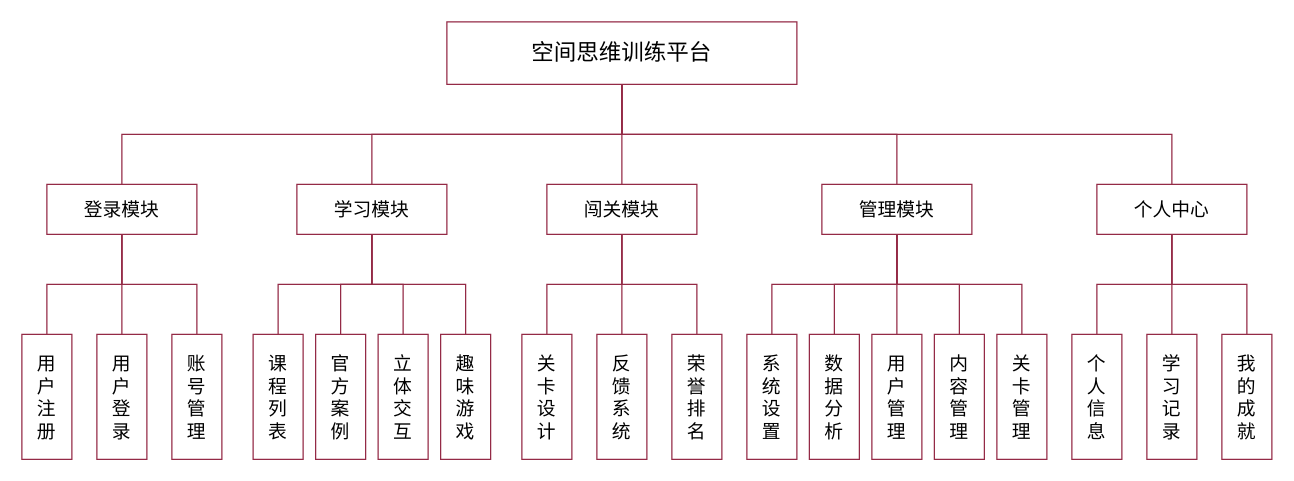
Earlier version of the draw.io diagram page "功能结构设计" (7 of 16) of 毕业设计/毕业设计.drawio (bosombaby/draw-store). Source tidied: cells renumbered, new cells numbered last; positions are measured from the earlier drawing's top-left corner, leaving out a move shared by most shapes. Both pictures are drawn from the tidied source at 125%, with x=0, y=0 at pixel (21, 21).
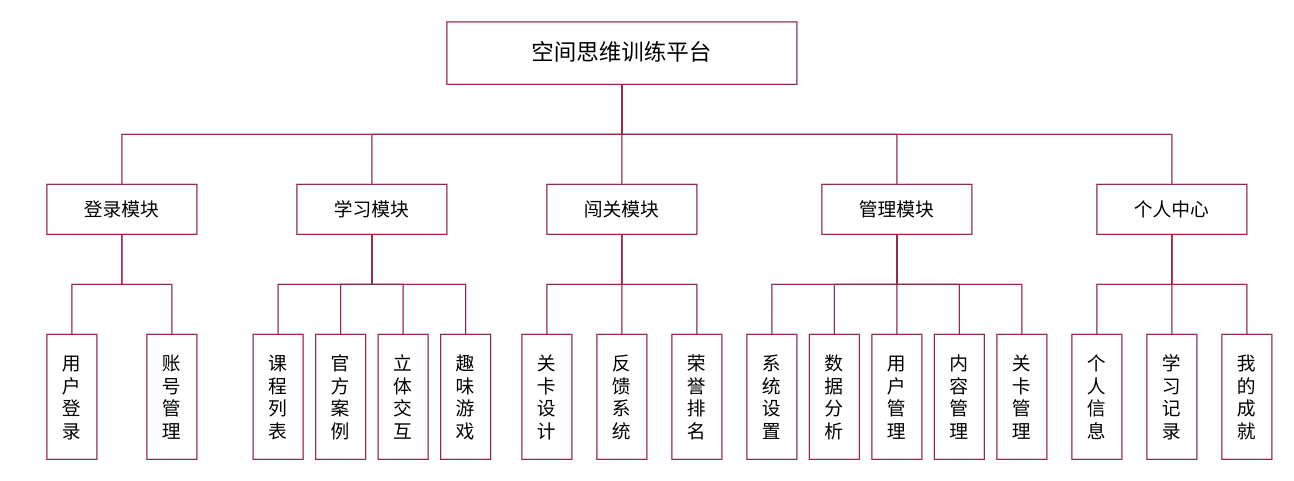
The same diagram, later.

Commit message:
更新毕业设计.drawio

The change refers to these unchanged cells:
```xml
<mxCell id="11" value="登录模块" style="rounded=0;whiteSpace=wrap;html=1;strokeColor=#942A46;align=center;verticalAlign=middle;spacingLeft=4;spacingRight=4;fontFamily=Helvetica;fontSize=15;fontColor=default;fillColor=none;gradientColor=none;" parent="1" vertex="1">
  <mxGeometry x="20" y="130" width="120" height="40" as="geometry" />
</mxCell>
```

Diff of the diagram source:
```diff
@@
-    <mxCell id="9" style="edgeStyle=orthogonalEdgeStyle;rounded=0;jettySize=auto;html=1;exitX=0.5;exitY=1;exitDx=0;exitDy=0;entryX=0.5;entryY=0;entryDx=0;entryDy=0;strokeColor=#942A46;align=center;verticalAlign=middle;fontFamily=Helvetica;fontSize=15;fontColor=default;labelBackgroundColor=default;endArrow=none;fillColor=#FFFFD1;endFill=0;" parent="1" edge="1" source="11" target="31">
-      <mxGeometry relative="1" as="geometry" />
-    </mxCell>
@@
-    <mxCell id="31" value="用&lt;br style=&quot;font-size: 15px;&quot;&gt;户&lt;br style=&quot;font-size: 15px;&quot;&gt;注&lt;br style=&quot;font-size: 15px;&quot;&gt;册" style="rounded=0;whiteSpace=wrap;html=1;strokeColor=#942A46;align=center;verticalAlign=middle;spacingLeft=4;spacingRight=4;fontFamily=Helvetica;fontSize=15;fontColor=default;labelBackgroundColor=default;fillColor=none;gradientColor=none;" parent="1" vertex="1">
-      <mxGeometry y="250" width="40" height="100" as="geometry" />
-    </mxCell>
     <mxCell id="32" value="用&lt;br style=&quot;font-size: 15px;&quot;&gt;户&lt;br style=&quot;font-size: 15px;&quot;&gt;登&lt;br style=&quot;font-size: 15px;&quot;&gt;录" style="rounded=0;whiteSpace=wrap;html=1;strokeColor=#942A46;align=center;verticalAlign=middle;spacingLeft=4;spacingRight=4;fontFamily=Helvetica;fontSize=15;fontColor=default;labelBackgroundColor=default;fillColor=none;gradientColor=none;" parent="1" vertex="1">
-      <mxGeometry x="60" y="250" width="40" height="100" as="geometry" />
+      <mxGeometry x="20" y="250" width="40" height="100" as="geometry" />
     </mxCell>
     <mxCell id="33" value="账&lt;br&gt;号&lt;br&gt;管&lt;br&gt;理" style="rounded=0;whiteSpace=wrap;html=1;strokeColor=#942A46;align=center;verticalAlign=middle;spacingLeft=4;spacingRight=4;fontFamily=Helvetica;fontSize=15;fontColor=default;labelBackgroundColor=default;fillColor=none;gradientColor=none;" parent="1" vertex="1">
-      <mxGeometry x="120" y="250" width="40" height="100" as="geometry" />
+      <mxGeometry x="100" y="250" width="40" height="100" as="geometry" />
     </mxCell>
```
